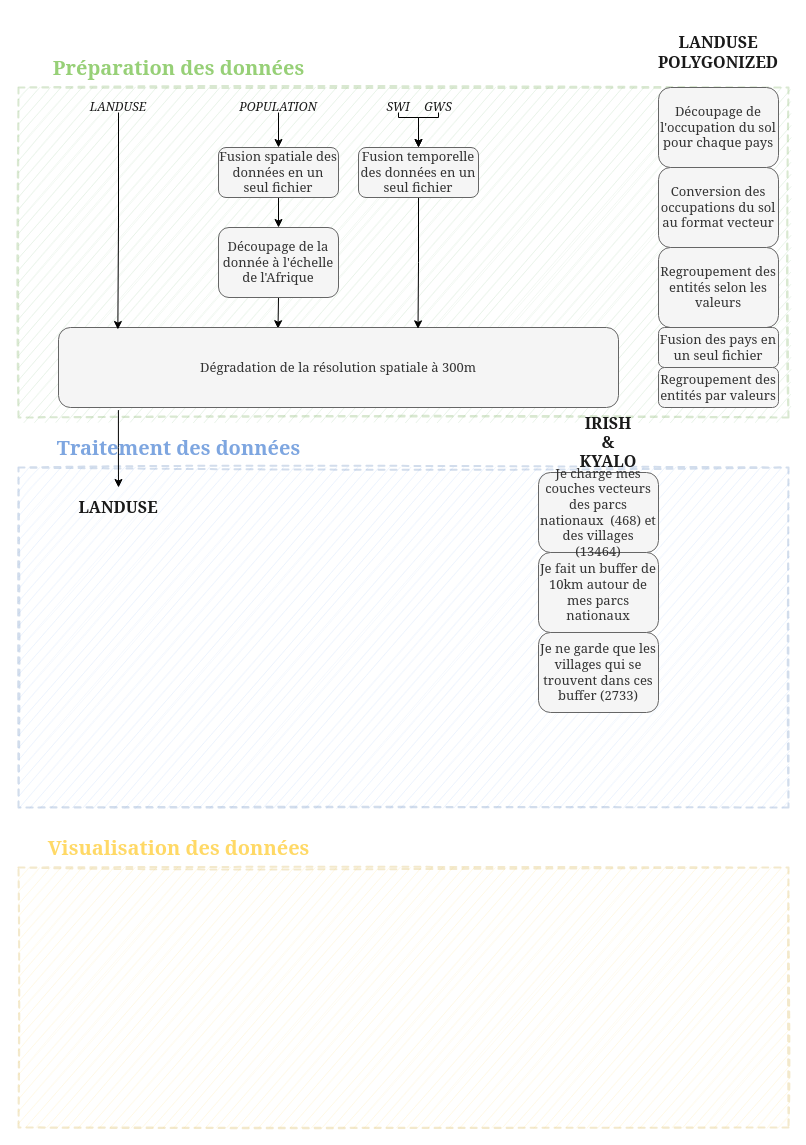
pierre-manchon/INPMT keeps this draw.io diagram as page "Global I/O" (1 of 2) of docs/INPMT_simple.drawio. Above is the earlier version. Source tidied: cells renumbered, new cells numbered last; positions are measured from the earlier drawing's top-left corner, leaving out a move shared by most shapes. Both pictures are drawn from the tidied source at 100%, with x=0, y=0 at pixel (18, 17).
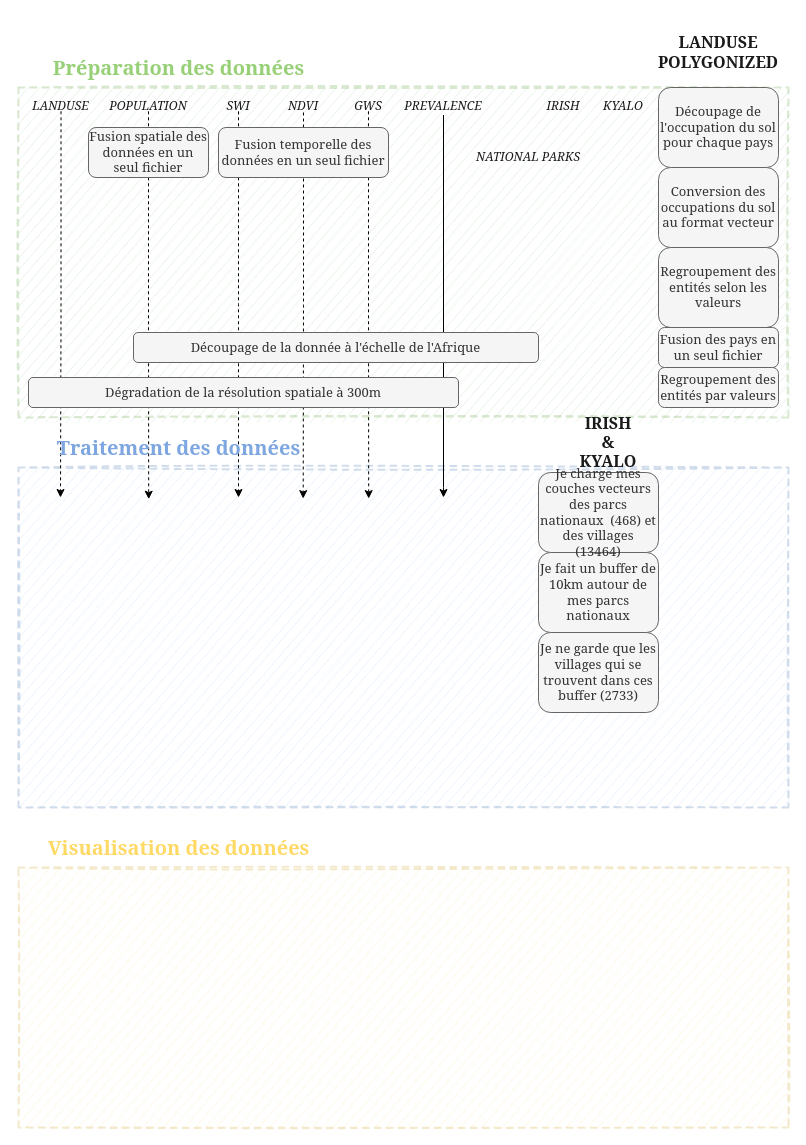
Above is the later version.

The edit, as a diff of the source:
```diff
@@
-    <mxCell id="5" value="Traitement des données" style="text;align=center;verticalAlign=middle;rounded=0;dashed=1;opacity=30;fontStyle=1;fontSize=20;labelBackgroundColor=none;labelBorderColor=none;html=1;labelPosition=center;verticalLabelPosition=middle;fontFamily=Georgia;fontColor=#7EA6E0;" parent="1" vertex="1">
-      <mxGeometry x="20" y="410" width="280" height="40" as="geometry" />
-    </mxCell>
@@
-    <mxCell id="10" style="edgeStyle=orthogonalEdgeStyle;rounded=0;jettySize=auto;html=1;exitX=0.5;exitY=1;exitDx=0;exitDy=0;entryX=0.5;entryY=0;entryDx=0;entryDy=0;fontSize=12;" parent="1" edge="1" source="11" target="13">
-      <mxGeometry relative="1" as="geometry" />
-    </mxCell>
-    <mxCell id="11" value="Fusion spatiale des données en un seul fichier" style="rounded=1;whiteSpace=wrap;html=1;shadow=0;labelBackgroundColor=none;sketch=0;fontFamily=Georgia;fontSize=13;strokeWidth=1;fillColor=#f5f5f5;strokeColor=#666666;fontColor=#333333;" parent="1" vertex="1">
-      <mxGeometry x="200" y="130" width="120" height="50" as="geometry" />
-    </mxCell>
-    <mxCell id="12" style="edgeStyle=orthogonalEdgeStyle;rounded=0;jettySize=auto;html=1;exitX=0.5;exitY=1;exitDx=0;exitDy=0;entryX=0.392;entryY=0.015;entryDx=0;entryDy=0;entryPerimeter=0;fontSize=12;" parent="1" edge="1" source="13" target="17">
-      <mxGeometry relative="1" as="geometry" />
-    </mxCell>
-    <mxCell id="13" value="Découpage de la donnée à l'échelle de l'Afrique" style="rounded=1;whiteSpace=wrap;html=1;shadow=0;labelBackgroundColor=none;sketch=0;fontFamily=Georgia;fontSize=13;strokeWidth=1;fillColor=#f5f5f5;strokeColor=#666666;fontColor=#333333;" parent="1" vertex="1">
-      <mxGeometry x="200" y="210" width="120" height="70" as="geometry" />
-    </mxCell>
@@
-    <mxCell id="16" style="edgeStyle=orthogonalEdgeStyle;rounded=0;jettySize=auto;html=1;exitX=0.107;exitY=1.033;exitDx=0;exitDy=0;entryX=0.5;entryY=0;entryDx=0;entryDy=0;fontSize=12;exitPerimeter=0;" parent="1" edge="1" source="17" target="26">
-      <mxGeometry relative="1" as="geometry" />
-    </mxCell>
-    <mxCell id="17" value="Dégradation de la résolution spatiale à 300m" style="rounded=1;whiteSpace=wrap;html=1;shadow=0;labelBackgroundColor=none;sketch=0;fontFamily=Georgia;fontSize=13;strokeWidth=1;fillColor=#f5f5f5;strokeColor=#666666;fontColor=#333333;" parent="1" vertex="1">
-      <mxGeometry x="40" y="310" width="560" height="80" as="geometry" />
-    </mxCell>
-    <mxCell id="18" style="edgeStyle=orthogonalEdgeStyle;rounded=0;jettySize=auto;html=1;exitX=0.5;exitY=1;exitDx=0;exitDy=0;entryX=0.106;entryY=0.025;entryDx=0;entryDy=0;entryPerimeter=0;fontSize=12;" parent="1" edge="1" source="19" target="17">
-      <mxGeometry relative="1" as="geometry" />
-    </mxCell>
+    <mxCell id="35" style="edgeStyle=orthogonalEdgeStyle;rounded=0;jettySize=auto;html=1;exitX=0.5;exitY=1;exitDx=0;exitDy=0;dashed=1;" parent="1" edge="1" source="19">
+      <mxGeometry relative="1" as="geometry">
+        <mxPoint x="42" y="480" as="targetPoint" />
+        <Array as="points">
+          <mxPoint x="42" y="302" />
+          <mxPoint x="42" y="510" />
+        </Array>
+      </mxGeometry>
+    </mxCell>
     <mxCell id="19" value="LANDUSE" style="text;html=1;strokeColor=none;fillColor=none;align=center;verticalAlign=middle;whiteSpace=wrap;rounded=0;shadow=0;labelBackgroundColor=none;sketch=0;fontFamily=Georgia;fontSize=12;fontColor=#1A1A1A;fontStyle=2;rotation=0;direction=east;" parent="1" vertex="1">
-      <mxGeometry x="25" y="85" width="150" height="10" as="geometry" />
+      <mxGeometry x="10" y="83.8" width="65" height="10" as="geometry" />
     </mxCell>
@@
-    <mxCell id="26" value="LANDUSE" style="text;html=1;strokeColor=none;fillColor=none;align=center;verticalAlign=middle;whiteSpace=wrap;rounded=0;shadow=0;labelBackgroundColor=none;sketch=0;fontFamily=Georgia;fontSize=16;fontColor=#1A1A1A;fontStyle=1;" parent="1" vertex="1">
-      <mxGeometry x="40" y="470" width="120" height="40" as="geometry" />
-    </mxCell>
-    <mxCell id="27" style="edgeStyle=orthogonalEdgeStyle;rounded=0;jettySize=auto;html=1;exitX=0.5;exitY=1;exitDx=0;exitDy=0;entryX=0.5;entryY=0;entryDx=0;entryDy=0;fontSize=12;" parent="1" edge="1" source="28" target="11">
-      <mxGeometry relative="1" as="geometry" />
-    </mxCell>
+    <mxCell id="36" style="edgeStyle=orthogonalEdgeStyle;rounded=0;jettySize=auto;html=1;exitX=0.5;exitY=1;exitDx=0;exitDy=0;dashed=1;" parent="1" edge="1" source="28">
+      <mxGeometry relative="1" as="geometry">
+        <mxPoint x="130.2" y="481.7" as="targetPoint" />
+      </mxGeometry>
+    </mxCell>
     <mxCell id="28" value="POPULATION" style="text;html=1;strokeColor=none;fillColor=none;align=center;verticalAlign=middle;whiteSpace=wrap;rounded=0;shadow=0;labelBackgroundColor=none;sketch=0;fontFamily=Georgia;fontSize=12;fontColor=#1A1A1A;fontStyle=2;rotation=0;direction=east;" parent="1" vertex="1">
-      <mxGeometry x="185" y="85" width="150" height="10" as="geometry" />
+      <mxGeometry x="90" y="83.8" width="80" height="10" as="geometry" />
     </mxCell>
-    <mxCell id="29" style="edgeStyle=orthogonalEdgeStyle;rounded=0;jettySize=auto;html=1;exitX=0.5;exitY=1;exitDx=0;exitDy=0;entryX=0.5;entryY=0;entryDx=0;entryDy=0;fontSize=12;" parent="1" edge="1" source="30" target="34">
-      <mxGeometry relative="1" as="geometry">
-        <Array as="points">
-          <mxPoint x="380" y="100" />
-          <mxPoint x="400" y="100" />
-          <mxPoint x="400" y="130" />
-        </Array>
-      </mxGeometry>
-    </mxCell>
+    <mxCell id="37" style="edgeStyle=orthogonalEdgeStyle;rounded=0;jettySize=auto;html=1;exitX=0.5;exitY=1;exitDx=0;exitDy=0;dashed=1;" parent="1" edge="1" source="30">
+      <mxGeometry relative="1" as="geometry">
+        <mxPoint x="220" y="480" as="targetPoint" />
+      </mxGeometry>
+    </mxCell>
     <mxCell id="30" value="SWI" style="text;html=1;strokeColor=none;fillColor=none;align=center;verticalAlign=middle;whiteSpace=wrap;rounded=0;shadow=0;labelBackgroundColor=none;sketch=0;fontFamily=Georgia;fontSize=12;fontColor=#1A1A1A;fontStyle=2;rotation=0;direction=east;" parent="1" vertex="1">
-      <mxGeometry x="360" y="85" width="40" height="10" as="geometry" />
+      <mxGeometry x="205" y="83.8" width="30" height="10" as="geometry" />
     </mxCell>
-    <mxCell id="31" style="edgeStyle=orthogonalEdgeStyle;rounded=0;jettySize=auto;html=1;exitX=0.5;exitY=1;exitDx=0;exitDy=0;entryX=0.5;entryY=0;entryDx=0;entryDy=0;fontSize=12;" parent="1" edge="1" source="32" target="34">
-      <mxGeometry relative="1" as="geometry">
-        <Array as="points">
-          <mxPoint x="420" y="100" />
-          <mxPoint x="400" y="100" />
-          <mxPoint x="400" y="130" />
-        </Array>
-      </mxGeometry>
-    </mxCell>
+    <mxCell id="38" style="edgeStyle=orthogonalEdgeStyle;rounded=0;jettySize=auto;html=1;exitX=0.5;exitY=1;exitDx=0;exitDy=0;dashed=1;" parent="1" edge="1" source="32">
+      <mxGeometry relative="1" as="geometry">
+        <mxPoint x="350.2" y="481.1" as="targetPoint" />
+      </mxGeometry>
+    </mxCell>
     <mxCell id="32" value="GWS" style="text;html=1;strokeColor=none;fillColor=none;align=center;verticalAlign=middle;whiteSpace=wrap;rounded=0;shadow=0;labelBackgroundColor=none;sketch=0;fontFamily=Georgia;fontSize=12;fontColor=#1A1A1A;fontStyle=2;rotation=0;direction=east;" parent="1" vertex="1">
-      <mxGeometry x="400" y="85" width="40" height="10" as="geometry" />
+      <mxGeometry x="335" y="83.8" width="30" height="10" as="geometry" />
     </mxCell>
-    <mxCell id="33" style="edgeStyle=orthogonalEdgeStyle;rounded=0;jettySize=auto;html=1;exitX=0.5;exitY=1;exitDx=0;exitDy=0;entryX=0.642;entryY=0.017;entryDx=0;entryDy=0;entryPerimeter=0;fontSize=12;" parent="1" edge="1" source="34" target="17">
-      <mxGeometry relative="1" as="geometry" />
-    </mxCell>
+    <mxCell id="5" value="Traitement des données" style="text;align=center;verticalAlign=middle;rounded=0;dashed=1;opacity=30;fontStyle=1;fontSize=20;labelBackgroundColor=none;labelBorderColor=none;html=1;labelPosition=center;verticalLabelPosition=middle;fontFamily=Georgia;fontColor=#7EA6E0;" parent="1" vertex="1">
+      <mxGeometry x="20" y="410" width="280" height="40" as="geometry" />
+    </mxCell>
+    <mxCell id="39" value="IRISH" style="text;html=1;strokeColor=none;fillColor=none;align=center;verticalAlign=middle;whiteSpace=wrap;rounded=0;shadow=0;labelBackgroundColor=none;sketch=0;fontFamily=Georgia;fontSize=12;fontColor=#1A1A1A;fontStyle=2;rotation=0;direction=east;" parent="1" vertex="1">
+      <mxGeometry x="520" y="81.2" width="50" height="15" as="geometry" />
+    </mxCell>
+    <mxCell id="40" value="KYALO" style="text;html=1;strokeColor=none;fillColor=none;align=center;verticalAlign=middle;whiteSpace=wrap;rounded=0;shadow=0;labelBackgroundColor=none;sketch=0;fontFamily=Georgia;fontSize=12;fontColor=#1A1A1A;fontStyle=2;rotation=0;direction=east;" parent="1" vertex="1">
+      <mxGeometry x="580" y="81.2" width="50" height="15" as="geometry" />
+    </mxCell>
+    <mxCell id="41" value="NATIONAL PARKS" style="text;html=1;strokeColor=none;fillColor=none;align=center;verticalAlign=middle;whiteSpace=wrap;rounded=0;shadow=0;labelBackgroundColor=none;sketch=0;fontFamily=Georgia;fontSize=12;fontColor=#1A1A1A;fontStyle=2;rotation=0;direction=east;" parent="1" vertex="1">
+      <mxGeometry x="450" y="130" width="120" height="20" as="geometry" />
+    </mxCell>
+    <mxCell id="42" style="edgeStyle=orthogonalEdgeStyle;rounded=0;jettySize=auto;html=1;exitX=0.5;exitY=1;exitDx=0;exitDy=0;dashed=1;" parent="1" edge="1" source="43">
+      <mxGeometry relative="1" as="geometry">
+        <mxPoint x="284.7" y="481.1" as="targetPoint" />
+      </mxGeometry>
+    </mxCell>
+    <mxCell id="43" value="NDVI" style="text;html=1;strokeColor=none;fillColor=none;align=center;verticalAlign=middle;whiteSpace=wrap;rounded=0;shadow=0;labelBackgroundColor=none;sketch=0;fontFamily=Georgia;fontSize=12;fontColor=#1A1A1A;fontStyle=2;rotation=0;direction=east;" parent="1" vertex="1">
+      <mxGeometry x="260" y="82.5" width="50" height="12.5" as="geometry" />
+    </mxCell>
+    <mxCell id="44" style="edgeStyle=orthogonalEdgeStyle;rounded=0;jettySize=auto;html=1;exitX=0.5;exitY=1;exitDx=0;exitDy=0;" parent="1" edge="1" source="45">
+      <mxGeometry relative="1" as="geometry">
+        <mxPoint x="425" y="480" as="targetPoint" />
+        <Array as="points">
+          <mxPoint x="425" y="470" />
+          <mxPoint x="425" y="470" />
+        </Array>
+      </mxGeometry>
+    </mxCell>
+    <mxCell id="45" value="PREVALENCE" style="text;html=1;strokeColor=none;fillColor=none;align=center;verticalAlign=middle;whiteSpace=wrap;rounded=0;shadow=0;labelBackgroundColor=none;sketch=0;fontFamily=Georgia;fontSize=12;fontColor=#1A1A1A;fontStyle=2;rotation=0;direction=east;" parent="1" vertex="1">
+      <mxGeometry x="380" y="80" width="90" height="17.5" as="geometry" />
+    </mxCell>
+    <mxCell id="11" value="Fusion spatiale des données en un seul fichier" style="rounded=1;whiteSpace=wrap;html=1;shadow=0;labelBackgroundColor=none;sketch=0;fontFamily=Georgia;fontSize=13;strokeWidth=1;fillColor=#f5f5f5;strokeColor=#666666;fontColor=#333333;" parent="1" vertex="1">
+      <mxGeometry x="70" y="110" width="120" height="50" as="geometry" />
+    </mxCell>
     <mxCell id="34" value="Fusion temporelle des données en un seul fichier" style="rounded=1;whiteSpace=wrap;html=1;shadow=0;labelBackgroundColor=none;sketch=0;fontFamily=Georgia;fontSize=13;strokeWidth=1;fillColor=#f5f5f5;strokeColor=#666666;fontColor=#333333;" parent="1" vertex="1">
-      <mxGeometry x="340" y="130" width="120" height="50" as="geometry" />
+      <mxGeometry x="200" y="110" width="170" height="50" as="geometry" />
     </mxCell>
+    <mxCell id="17" value="Dégradation de la résolution spatiale à 300m" style="rounded=1;whiteSpace=wrap;html=1;shadow=0;labelBackgroundColor=none;sketch=0;fontFamily=Georgia;fontSize=13;strokeWidth=1;fillColor=#f5f5f5;strokeColor=#666666;fontColor=#333333;" parent="1" vertex="1">
+      <mxGeometry x="10" y="360" width="430" height="30" as="geometry" />
+    </mxCell>
+    <mxCell id="13" value="Découpage de la donnée à l'échelle de l'Afrique" style="rounded=1;whiteSpace=wrap;html=1;shadow=0;labelBackgroundColor=none;sketch=0;fontFamily=Georgia;fontSize=13;strokeWidth=1;fillColor=#f5f5f5;strokeColor=#666666;fontColor=#333333;" parent="1" vertex="1">
+      <mxGeometry x="115" y="315" width="405" height="30" as="geometry" />
+    </mxCell>
```
